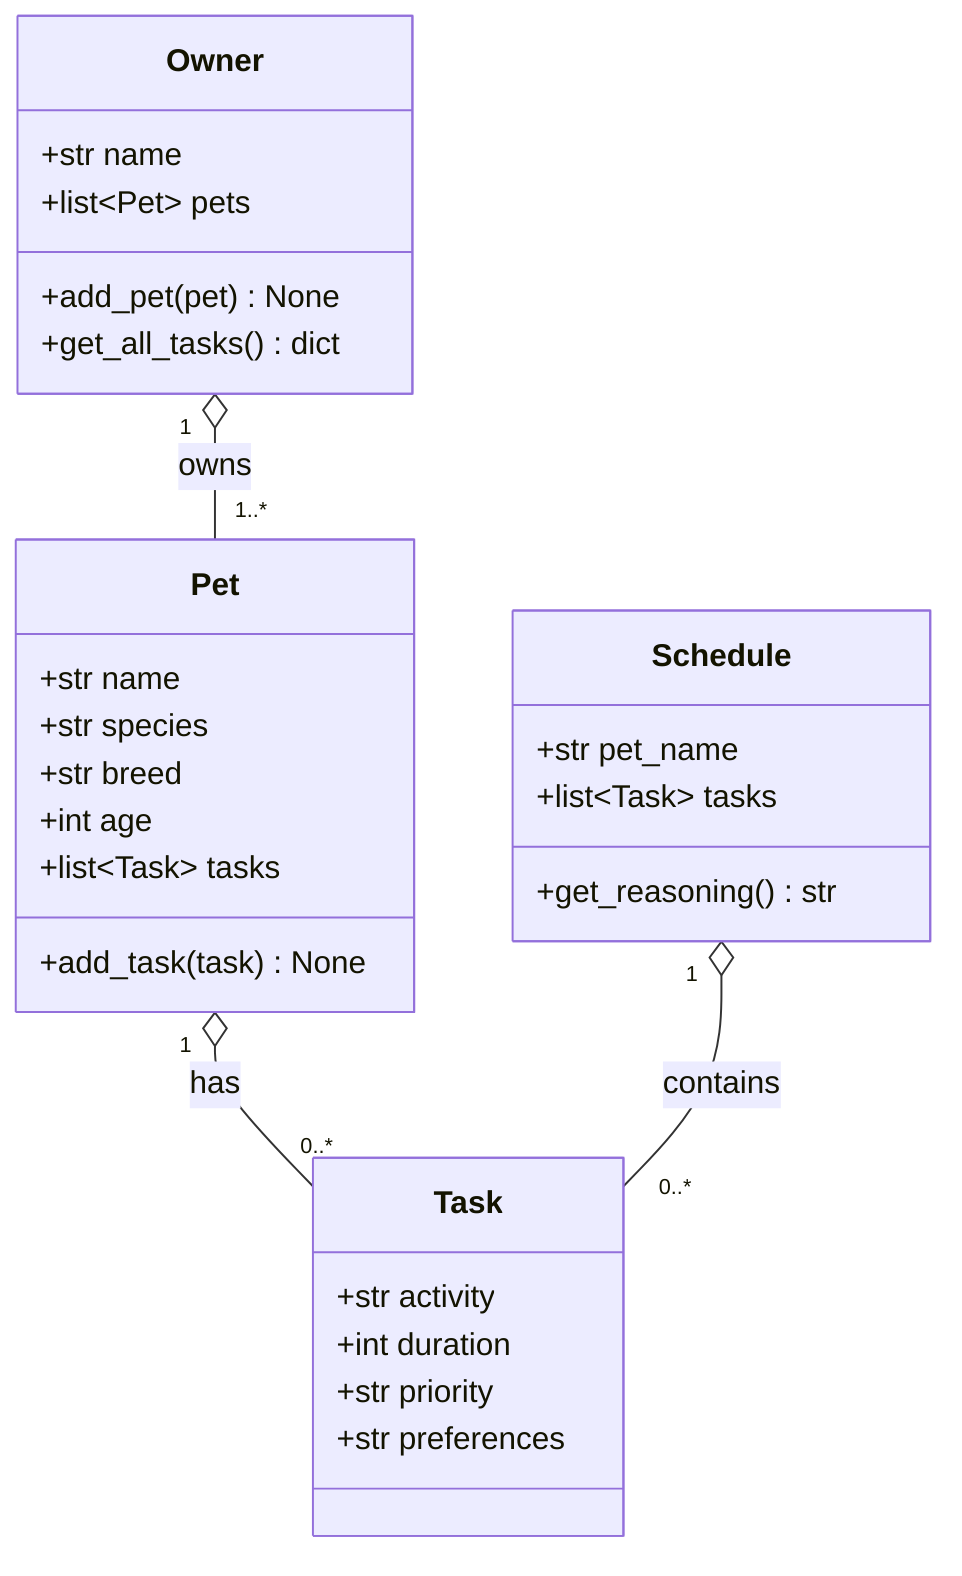
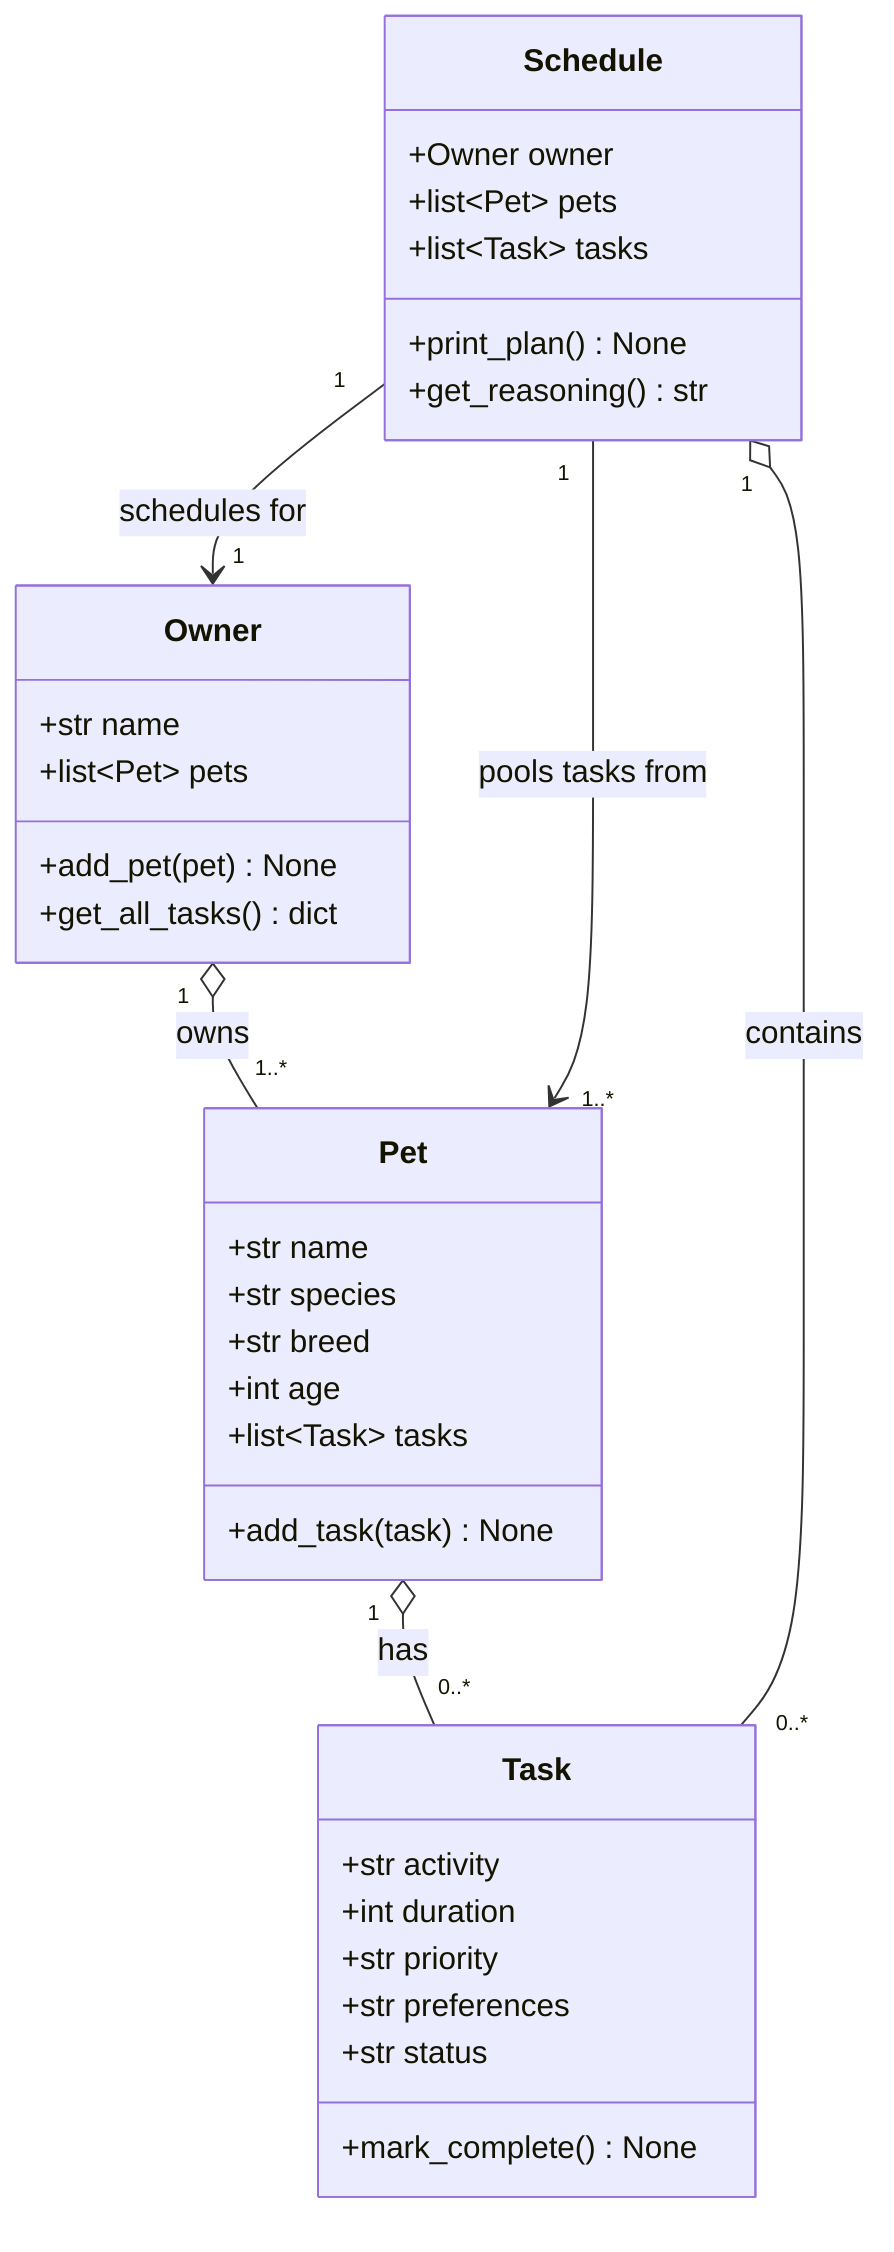
classDiagram
    class Task {
        +str activity
        +int duration
        +str priority
        +str preferences
+         +str status
+         +mark_complete() None
    }

    class Pet {
        +str name
        +str species
        +str breed
        +int age
        +list~Task~ tasks
        +add_task(task) None
    }

    class Owner {
        +str name
        +list~Pet~ pets
        +add_pet(pet) None
        +get_all_tasks() dict
    }

    class Schedule {
-         +str pet_name
+         +Owner owner
+         +list~Pet~ pets
        +list~Task~ tasks
+         +print_plan() None
        +get_reasoning() str
    }

    Owner "1" o-- "1..*" Pet : owns
    Pet "1" o-- "0..*" Task : has
+     Schedule "1" --> "1" Owner : schedules for
+     Schedule "1" --> "1..*" Pet : pools tasks from
    Schedule "1" o-- "0..*" Task : contains
